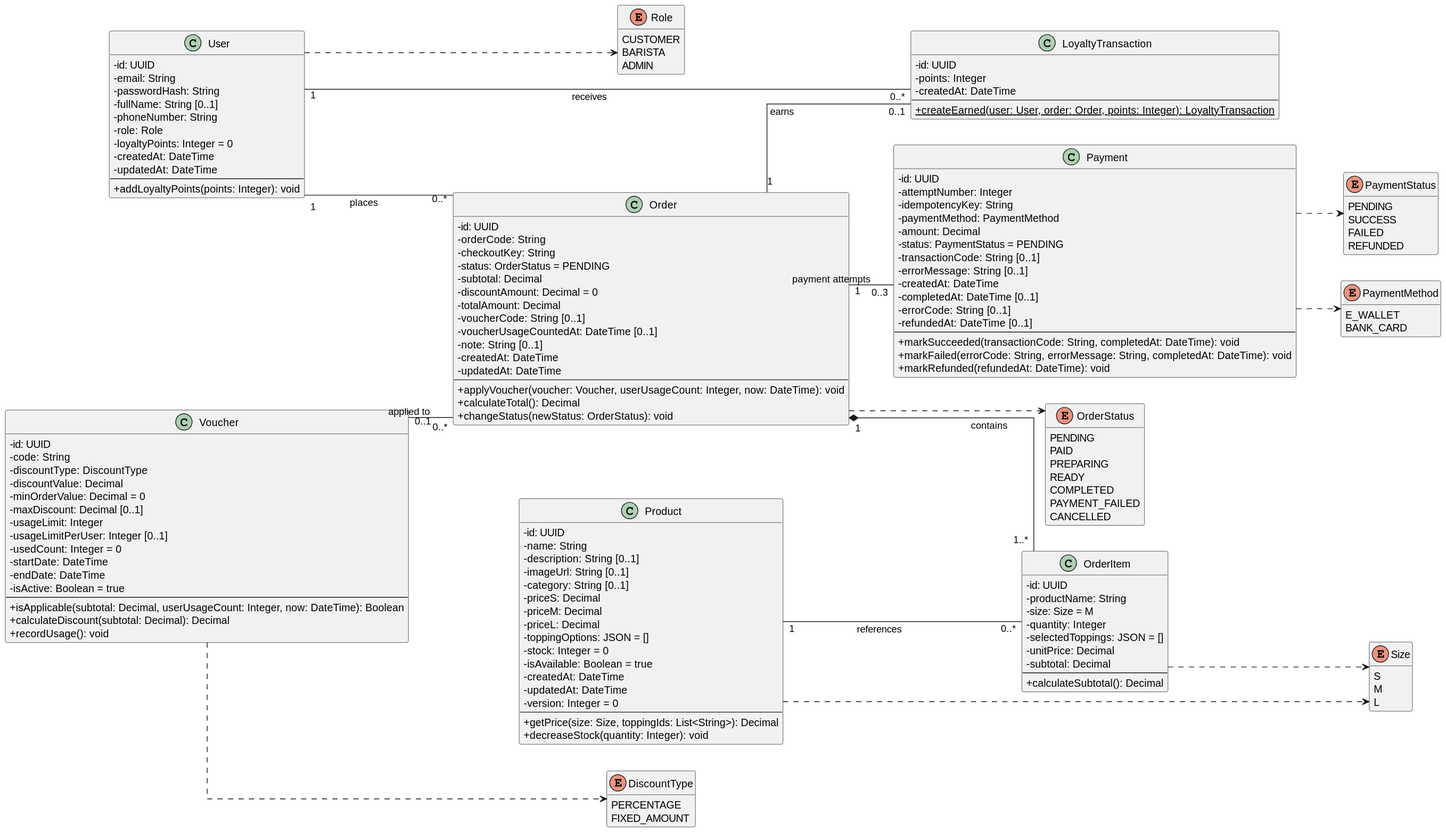
This is Docs/diagrams/class-domain.svg from dcpadangyu/SWE_Project, a PlantUML export, as it was before one commit. Source of this version:
```plantuml
@startuml
left to right direction
skinparam classAttributeIconSize 0
skinparam linetype ortho
hide empty members

class User {
  - id: UUID
  - email: String
  - passwordHash: String
  - fullName: String [0..1]
  - phoneNumber: String
  - role: Role
  - loyaltyPoints: Integer = 0
  - createdAt: DateTime
  - updatedAt: DateTime
  --
  + addLoyaltyPoints(points: Integer): void
}

class Product {
  - id: UUID
  - name: String
  - description: String [0..1]
  - imageUrl: String [0..1]
  - category: String [0..1]
  - priceS: Decimal
  - priceM: Decimal
  - priceL: Decimal
  - toppingOptions: JSON = []
  - stock: Integer = 0
  - isAvailable: Boolean = true
  - createdAt: DateTime
  - updatedAt: DateTime
  - version: Integer = 0
  --
  + getPrice(size: Size, toppingIds: List<String>): Decimal
  + decreaseStock(quantity: Integer): void
}

class Order {
  - id: UUID
  - orderCode: String
  - checkoutKey: String
  - status: OrderStatus = PENDING
  - subtotal: Decimal
  - discountAmount: Decimal = 0
  - totalAmount: Decimal
  - voucherCode: String [0..1]
  - voucherUsageCountedAt: DateTime [0..1]
  - note: String [0..1]
  - createdAt: DateTime
  - updatedAt: DateTime
  --
  + applyVoucher(voucher: Voucher, userUsageCount: Integer, now: DateTime): void
  + calculateTotal(): Decimal
  + changeStatus(newStatus: OrderStatus): void
}

class OrderItem {
  - id: UUID
  - productName: String
  - size: Size = M
  - quantity: Integer
  - selectedToppings: JSON = []
  - unitPrice: Decimal
  - subtotal: Decimal
  --
  + calculateSubtotal(): Decimal
}

class Payment {
  - id: UUID
  - attemptNumber: Integer
  - idempotencyKey: String
  - paymentMethod: PaymentMethod
  - amount: Decimal
  - status: PaymentStatus = PENDING
  - transactionCode: String [0..1]
  - errorMessage: String [0..1]
  - createdAt: DateTime
  - completedAt: DateTime [0..1]
  - errorCode: String [0..1]
  - refundedAt: DateTime [0..1]
  --
  + markSucceeded(transactionCode: String, completedAt: DateTime): void
  + markFailed(errorCode: String, errorMessage: String, completedAt: DateTime): void
  + markRefunded(refundedAt: DateTime): void
}

class Voucher {
  - id: UUID
  - code: String
  - discountType: DiscountType
  - discountValue: Decimal
  - minOrderValue: Decimal = 0
  - maxDiscount: Decimal [0..1]
  - usageLimit: Integer
  - usageLimitPerUser: Integer [0..1]
  - usedCount: Integer = 0
  - startDate: DateTime
  - endDate: DateTime
  - isActive: Boolean = true
  --
  + isApplicable(subtotal: Decimal, userUsageCount: Integer, now: DateTime): Boolean
  + calculateDiscount(subtotal: Decimal): Decimal
  + recordUsage(): void
}

class LoyaltyTransaction {
  - id: UUID
  - points: Integer
  - createdAt: DateTime
  --
  + {static} createEarned(user: User, order: Order, points: Integer): LoyaltyTransaction
}

enum Role {
  CUSTOMER
  BARISTA
  ADMIN
}

enum Size {
  S
  M
  L
}

enum OrderStatus {
  PENDING
  PAID
  PREPARING
  READY
  COMPLETED
  PAYMENT_FAILED
  CANCELLED
}

enum PaymentMethod {
  E_WALLET
  BANK_CARD
}

enum PaymentStatus {
  PENDING
  SUCCESS
  FAILED
  REFUNDED
}

enum DiscountType {
  PERCENTAGE
  FIXED_AMOUNT
}

User "1" -- "0..*" Order : places
Order "1" *-- "1..*" OrderItem : contains
Product "1" -- "0..*" OrderItem : references
Order "1" -- "0..3" Payment : payment attempts
Voucher "0..1" -- "0..*" Order : applied to
User "1" -- "0..*" LoyaltyTransaction : receives
Order "1" -- "0..1" LoyaltyTransaction : earns

User ..> Role
Product ..> Size
OrderItem ..> Size
Order ..> OrderStatus
Payment ..> PaymentMethod
Payment ..> PaymentStatus
Voucher ..> DiscountType
@enduml
```
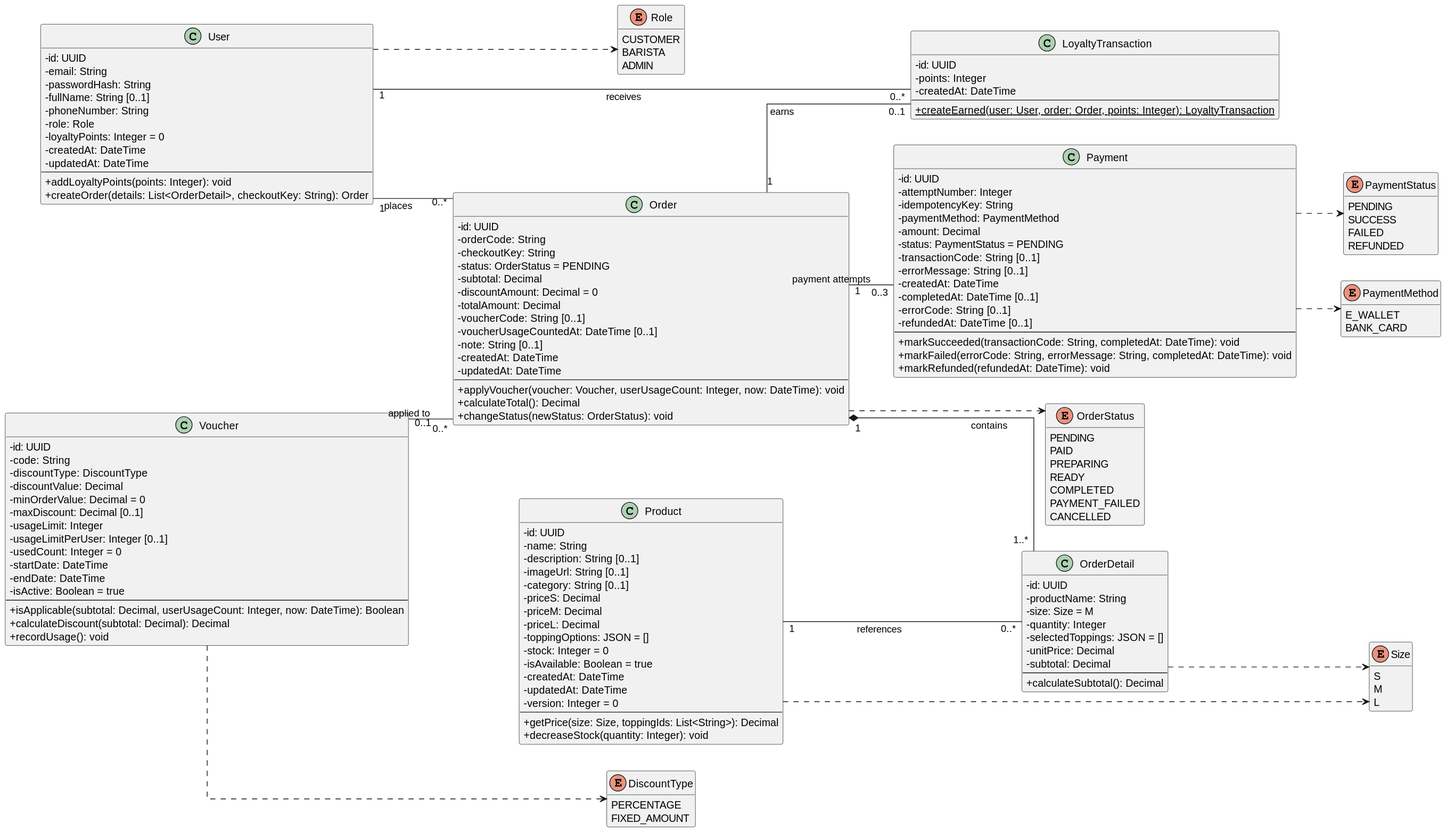
Later version of the same file.

Commit message:
[Docs] Update class Diagram (add CreateOrder in class User, change Name OrderItem to OrderDetail)

Diff of the diagram source:
```diff
@@ -16,6 +16,7 @@
   - updatedAt: DateTime
   --
   + addLoyaltyPoints(points: Integer): void
+  + createOrder(details: List<OrderDetail>, checkoutKey: String): Order
 }
 
 class Product {
@@ -57,7 +58,7 @@
   + changeStatus(newStatus: OrderStatus): void
 }
 
-class OrderItem {
+class OrderDetail {
   - id: UUID
   - productName: String
   - size: Size = M
@@ -155,8 +156,8 @@
 }
 
 User "1" -- "0..*" Order : places
-Order "1" *-- "1..*" OrderItem : contains
-Product "1" -- "0..*" OrderItem : references
+Order "1" *-- "1..*" OrderDetail : contains
+Product "1" -- "0..*" OrderDetail : references
 Order "1" -- "0..3" Payment : payment attempts
 Voucher "0..1" -- "0..*" Order : applied to
 User "1" -- "0..*" LoyaltyTransaction : receives
@@ -164,7 +165,7 @@
 
 User ..> Role
 Product ..> Size
-OrderItem ..> Size
+OrderDetail ..> Size
 Order ..> OrderStatus
 Payment ..> PaymentMethod
 Payment ..> PaymentStatus
```
